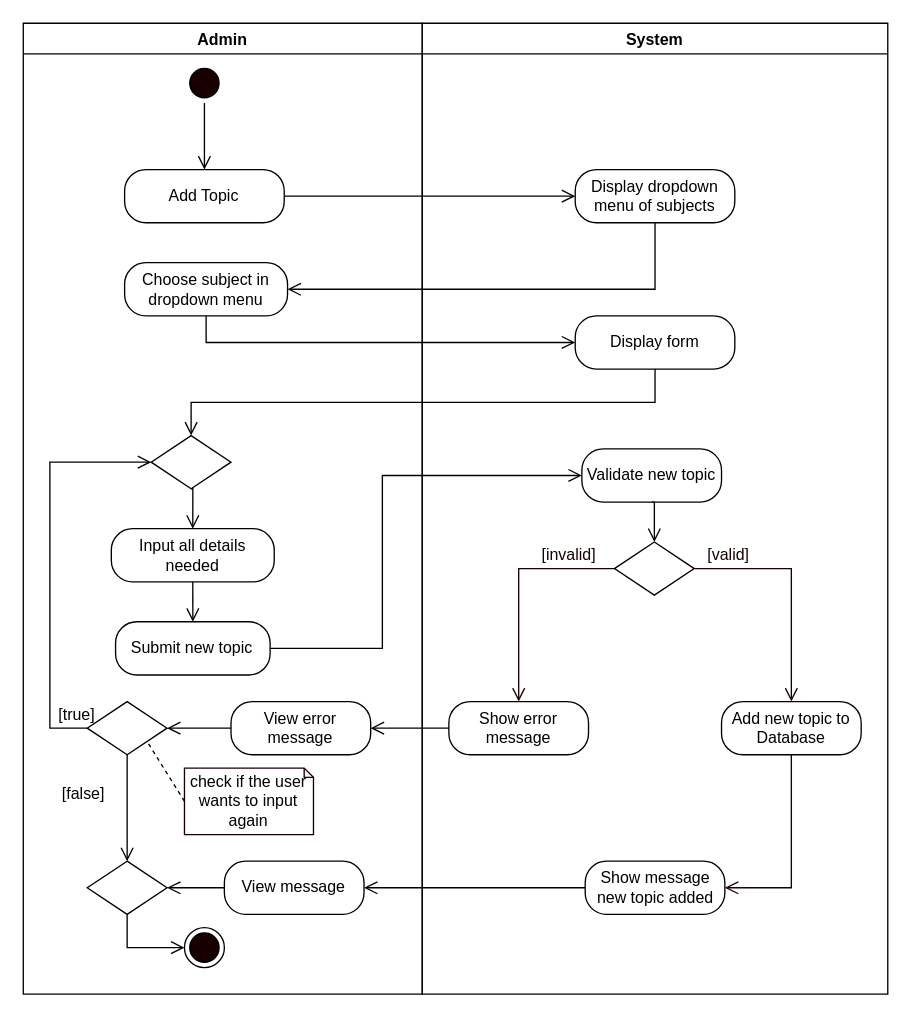
mrklglsn/CAPSTONE-FILES keeps this draw.io diagram as page "Add Topic" (4 of 12) of REVISIONS/UML-DIAGRAMS/6-28-2021/ACTIVITY DIAGRAM/ACTIVITY DIAGRAM2.drawio. Above is the earlier version. Source tidied: cells renumbered, new cells numbered last; positions are measured from the earlier drawing's top-left corner, leaving out a move shared by most shapes. Both pictures are drawn from the tidied source at 133%, with x=0, y=0 at pixel (23, 23).
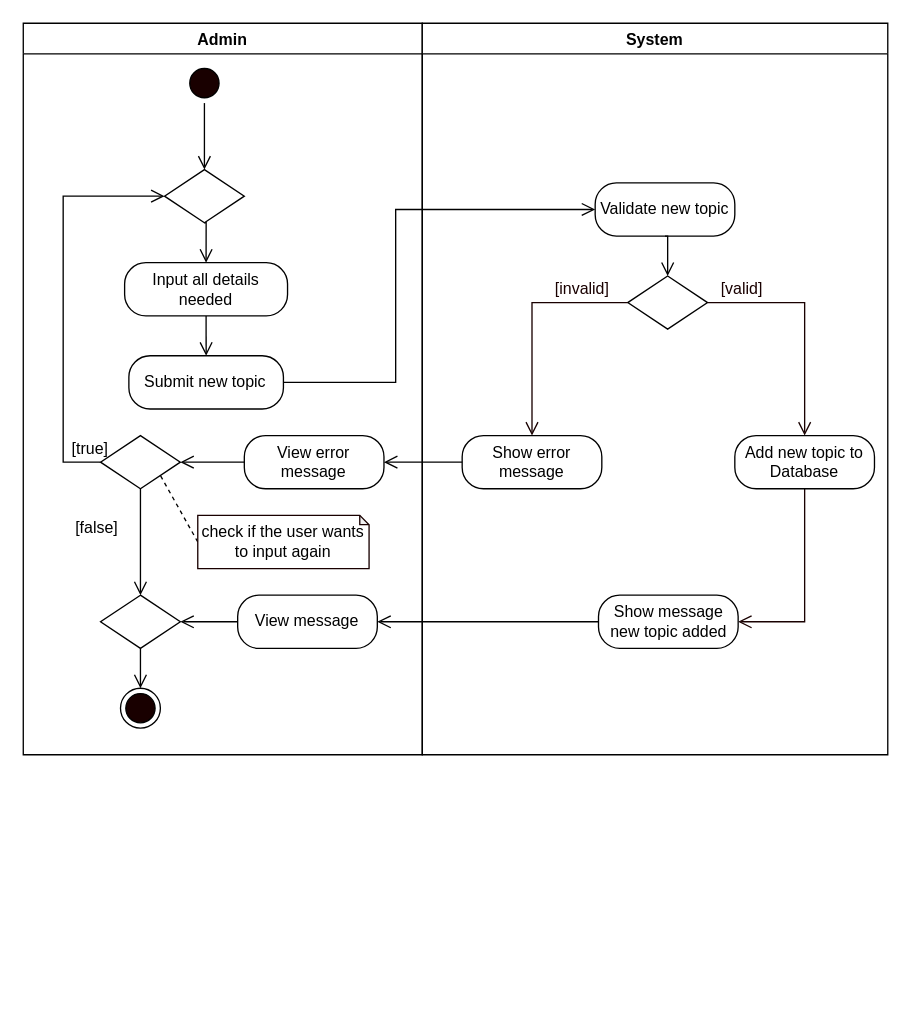
The same page after the edit.

The edit, as a diff of the source:
```diff
@@
     <mxCell id="2" value="Admin" style="swimlane;startSize=23;" parent="1" vertex="1">
-      <mxGeometry width="300" height="730" as="geometry" />
+      <mxGeometry width="300" height="550" as="geometry" />
     </mxCell>
@@
-    <mxCell id="5" value="Add Topic" style="rounded=1;whiteSpace=wrap;html=1;arcSize=40;" parent="2" vertex="1">
-      <mxGeometry x="76.2" y="110" width="120" height="40" as="geometry" />
-    </mxCell>
@@
     <mxCell id="7" value="Input all details needed" style="rounded=1;whiteSpace=wrap;html=1;arcSize=40;" parent="2" vertex="1">
-      <mxGeometry x="66.2" y="380" width="122.5" height="40" as="geometry" />
+      <mxGeometry x="76.2" y="180" width="122.5" height="40" as="geometry" />
     </mxCell>
     <mxCell id="8" value="Submit new topic" style="rounded=1;whiteSpace=wrap;html=1;arcSize=40;" parent="2" vertex="1">
-      <mxGeometry x="69.4" y="450" width="116.2" height="40" as="geometry" />
+      <mxGeometry x="79.4" y="250" width="116.2" height="40" as="geometry" />
     </mxCell>
@@
     <mxCell id="10" style="rhombus;whiteSpace=wrap;html=1;" parent="2" vertex="1">
-      <mxGeometry x="96.2" y="310" width="60" height="40" as="geometry" />
+      <mxGeometry x="106.2" y="110" width="60" height="40" as="geometry" />
     </mxCell>
     <mxCell id="11" style="edgeStyle=orthogonalEdgeStyle;rounded=0;jettySize=auto;html=1;exitX=0;exitY=0.5;exitDx=0;exitDy=0;entryX=0;entryY=0.5;entryDx=0;entryDy=0;endArrow=open;endFill=0;endSize=8;" parent="2" edge="1" source="13" target="10">
       <mxGeometry relative="1" as="geometry">
         <Array as="points">
-          <mxPoint x="20" y="530" />
-          <mxPoint x="20" y="330" />
+          <mxPoint x="30" y="330" />
+          <mxPoint x="30" y="130" />
         </Array>
       </mxGeometry>
     </mxCell>
@@
     <mxCell id="13" style="rhombus;whiteSpace=wrap;html=1;" parent="2" vertex="1">
-      <mxGeometry x="48.1" y="510" width="60" height="40" as="geometry" />
+      <mxGeometry x="58.1" y="310" width="60" height="40" as="geometry" />
     </mxCell>
     <mxCell id="14" value="[true]" style="text;html=1;align=center;verticalAlign=middle;strokeColor=none;" parent="2" vertex="1">
-      <mxGeometry x="20" y="510" width="40" height="20" as="geometry" />
+      <mxGeometry x="30" y="310" width="40" height="20" as="geometry" />
     </mxCell>
@@
     <mxCell id="16" value="check if the user wants to input again" style="shape=note;whiteSpace=wrap;html=1;backgroundOutline=1;darkOpacity=0.05;strokeColor=#190000;size=7;" parent="2" vertex="1">
-      <mxGeometry x="121.2" y="560" width="97" height="50" as="geometry" />
+      <mxGeometry x="131.2" y="370" width="128.8" height="40" as="geometry" />
     </mxCell>
     <mxCell id="17" value="[false]" style="text;html=1;align=center;verticalAlign=middle;strokeColor=none;" parent="2" vertex="1">
-      <mxGeometry x="20" y="570" width="50" height="20" as="geometry" />
+      <mxGeometry x="30" y="370" width="50" height="20" as="geometry" />
     </mxCell>
     <mxCell id="18" style="ellipse;html=1;shape=endState;fillColor=#190000;" parent="2" vertex="1">
-      <mxGeometry x="121.2" y="680" width="30" height="30" as="geometry" />
+      <mxGeometry x="73.1" y="500" width="30" height="30" as="geometry" />
     </mxCell>
-    <mxCell id="19" value="Choose subject in dropdown menu" style="rounded=1;whiteSpace=wrap;html=1;arcSize=40;" parent="2" vertex="1">
-      <mxGeometry x="76.2" y="180" width="122.5" height="40" as="geometry" />
-    </mxCell>
@@
     <mxCell id="21" value="View error message" style="rounded=1;whiteSpace=wrap;html=1;arcSize=40;" parent="2" vertex="1">
-      <mxGeometry x="156.2" y="510" width="105" height="40" as="geometry" />
+      <mxGeometry x="166.2" y="310" width="105" height="40" as="geometry" />
     </mxCell>
@@
     <mxCell id="23" value="View message" style="rounded=1;whiteSpace=wrap;html=1;arcSize=40;" parent="2" vertex="1">
-      <mxGeometry x="151.2" y="630" width="105" height="40" as="geometry" />
+      <mxGeometry x="161.2" y="430" width="105" height="40" as="geometry" />
     </mxCell>
-    <mxCell id="24" style="edgeStyle=orthogonalEdgeStyle;rounded=0;jettySize=auto;html=1;exitX=0.5;exitY=1;exitDx=0;exitDy=0;entryX=0;entryY=0.5;entryDx=0;entryDy=0;endArrow=open;endFill=0;endSize=8;" parent="2" edge="1" source="25" target="18">
+    <mxCell id="24" style="edgeStyle=orthogonalEdgeStyle;rounded=0;jettySize=auto;html=1;exitX=0.5;exitY=1;exitDx=0;exitDy=0;entryX=0.5;entryY=0;entryDx=0;entryDy=0;endArrow=open;endFill=0;endSize=8;" parent="2" edge="1" source="25" target="18">
       <mxGeometry relative="1" as="geometry" />
     </mxCell>
     <mxCell id="25" style="rhombus;whiteSpace=wrap;html=1;" parent="2" vertex="1">
-      <mxGeometry x="48.1" y="630" width="60" height="40" as="geometry" />
+      <mxGeometry x="58.1" y="430" width="60" height="40" as="geometry" />
     </mxCell>
     <mxCell id="26" value="System" style="swimlane;" parent="1" vertex="1">
-      <mxGeometry x="300" width="350" height="730" as="geometry" />
+      <mxGeometry x="300" width="350" height="550" as="geometry" />
     </mxCell>
     <mxCell id="27" value="Validate new topic" style="rounded=1;whiteSpace=wrap;html=1;arcSize=40;" parent="26" vertex="1">
-      <mxGeometry x="120" y="320" width="105" height="40" as="geometry" />
+      <mxGeometry x="130" y="120" width="105" height="40" as="geometry" />
     </mxCell>
     <mxCell id="28" style="rhombus;whiteSpace=wrap;html=1;" parent="26" vertex="1">
-      <mxGeometry x="144.5" y="390" width="60" height="40" as="geometry" />
+      <mxGeometry x="154.5" y="190" width="60" height="40" as="geometry" />
     </mxCell>
@@
     <mxCell id="30" value="&lt;font color=&quot;#190000&quot;&gt;[valid]&lt;/font&gt;" style="text;html=1;align=center;verticalAlign=middle;strokeColor=none;fontColor=#FFFFFF;" parent="26" vertex="1">
-      <mxGeometry x="204.5" y="390" width="50" height="20" as="geometry" />
+      <mxGeometry x="214.5" y="190" width="50" height="20" as="geometry" />
     </mxCell>
     <mxCell id="31" value="&lt;font color=&quot;#190000&quot;&gt;[invalid]&lt;/font&gt;" style="text;html=1;align=center;verticalAlign=middle;strokeColor=none;fontColor=#FFFFFF;" parent="26" vertex="1">
-      <mxGeometry x="80" y="390" width="60" height="20" as="geometry" />
+      <mxGeometry x="90" y="190" width="60" height="20" as="geometry" />
     </mxCell>
     <mxCell id="32" value="Show error message" style="rounded=1;whiteSpace=wrap;html=1;arcSize=40;" parent="26" vertex="1">
-      <mxGeometry x="20" y="510" width="105" height="40" as="geometry" />
+      <mxGeometry x="30" y="310" width="105" height="40" as="geometry" />
     </mxCell>
@@
     <mxCell id="34" value="Add new topic to Database" style="rounded=1;whiteSpace=wrap;html=1;arcSize=40;" parent="26" vertex="1">
-      <mxGeometry x="225" y="510" width="105" height="40" as="geometry" />
+      <mxGeometry x="235" y="310" width="105" height="40" as="geometry" />
     </mxCell>
@@
     <mxCell id="37" value="Show message new topic added" style="rounded=1;whiteSpace=wrap;html=1;arcSize=40;" parent="26" vertex="1">
-      <mxGeometry x="122.5" y="630" width="105" height="40" as="geometry" />
+      <mxGeometry x="132.5" y="430" width="105" height="40" as="geometry" />
     </mxCell>
-    <mxCell id="38" value="Display dropdown menu of subjects" style="rounded=1;whiteSpace=wrap;html=1;arcSize=40;" parent="26" vertex="1">
-      <mxGeometry x="115" y="110" width="120" height="40" as="geometry" />
-    </mxCell>
-    <mxCell id="39" value="Display form" style="rounded=1;whiteSpace=wrap;html=1;arcSize=40;" parent="26" vertex="1">
-      <mxGeometry x="115" y="220" width="120" height="40" as="geometry" />
-    </mxCell>
-    <mxCell id="40" style="edgeStyle=orthogonalEdgeStyle;rounded=0;jettySize=auto;html=1;exitX=1;exitY=0.5;exitDx=0;exitDy=0;endArrow=open;endFill=0;endSize=8;entryX=0;entryY=0.5;entryDx=0;entryDy=0;" parent="1" edge="1" source="5" target="38">
-      <mxGeometry relative="1" as="geometry" />
-    </mxCell>
-    <mxCell id="41" style="edgeStyle=orthogonalEdgeStyle;rounded=0;jettySize=auto;html=1;exitX=0.5;exitY=1;exitDx=0;exitDy=0;endArrow=open;endFill=0;endSize=8;entryX=1;entryY=0.5;entryDx=0;entryDy=0;" parent="1" edge="1" source="38" target="19">
-      <mxGeometry relative="1" as="geometry" />
-    </mxCell>
     <mxCell id="42" style="edgeStyle=orthogonalEdgeStyle;rounded=0;jettySize=auto;html=1;exitX=1;exitY=0.5;exitDx=0;exitDy=0;entryX=0;entryY=0.5;entryDx=0;entryDy=0;endArrow=open;endFill=0;endSize=8;" parent="1" edge="1" source="8" target="27">
       <mxGeometry relative="1" as="geometry">
         <Array as="points">
-          <mxPoint x="270" y="470" />
-          <mxPoint x="270" y="340" />
+          <mxPoint x="280" y="270" />
+          <mxPoint x="280" y="140" />
         </Array>
       </mxGeometry>
     </mxCell>
-    <mxCell id="43" style="edgeStyle=orthogonalEdgeStyle;rounded=0;jettySize=auto;html=1;exitX=0.5;exitY=1;exitDx=0;exitDy=0;endArrow=open;endFill=0;endSize=8;entryX=0;entryY=0.5;entryDx=0;entryDy=0;" parent="1" edge="1" source="19" target="39">
-      <mxGeometry relative="1" as="geometry" />
-    </mxCell>
-    <mxCell id="44" style="edgeStyle=orthogonalEdgeStyle;rounded=0;jettySize=auto;html=1;exitX=0.5;exitY=1;exitDx=0;exitDy=0;entryX=0.5;entryY=0;entryDx=0;entryDy=0;endArrow=open;endFill=0;endSize=8;" parent="1" edge="1" source="39" target="10">
-      <mxGeometry relative="1" as="geometry" />
-    </mxCell>
```
